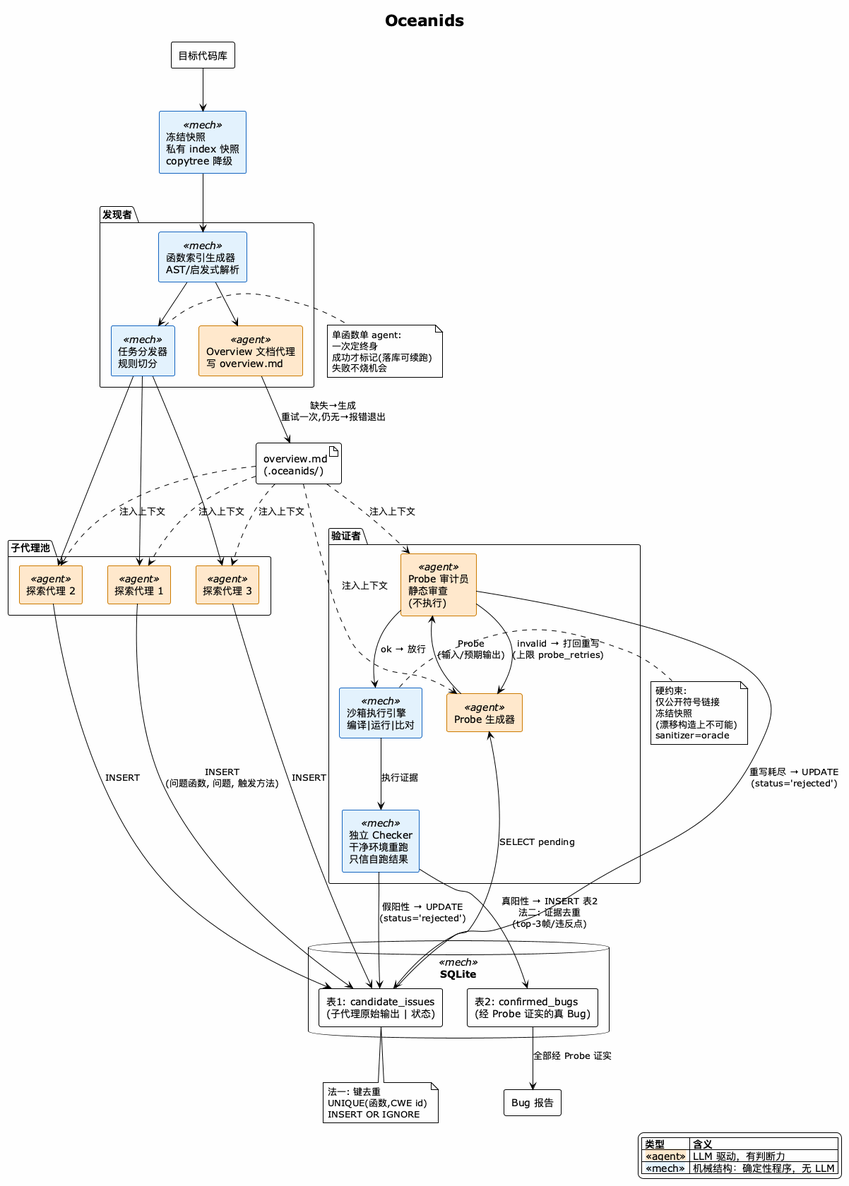
The PlantUML diagram docs/arch.png in 404MaximWang/Oceanids, before a commit.
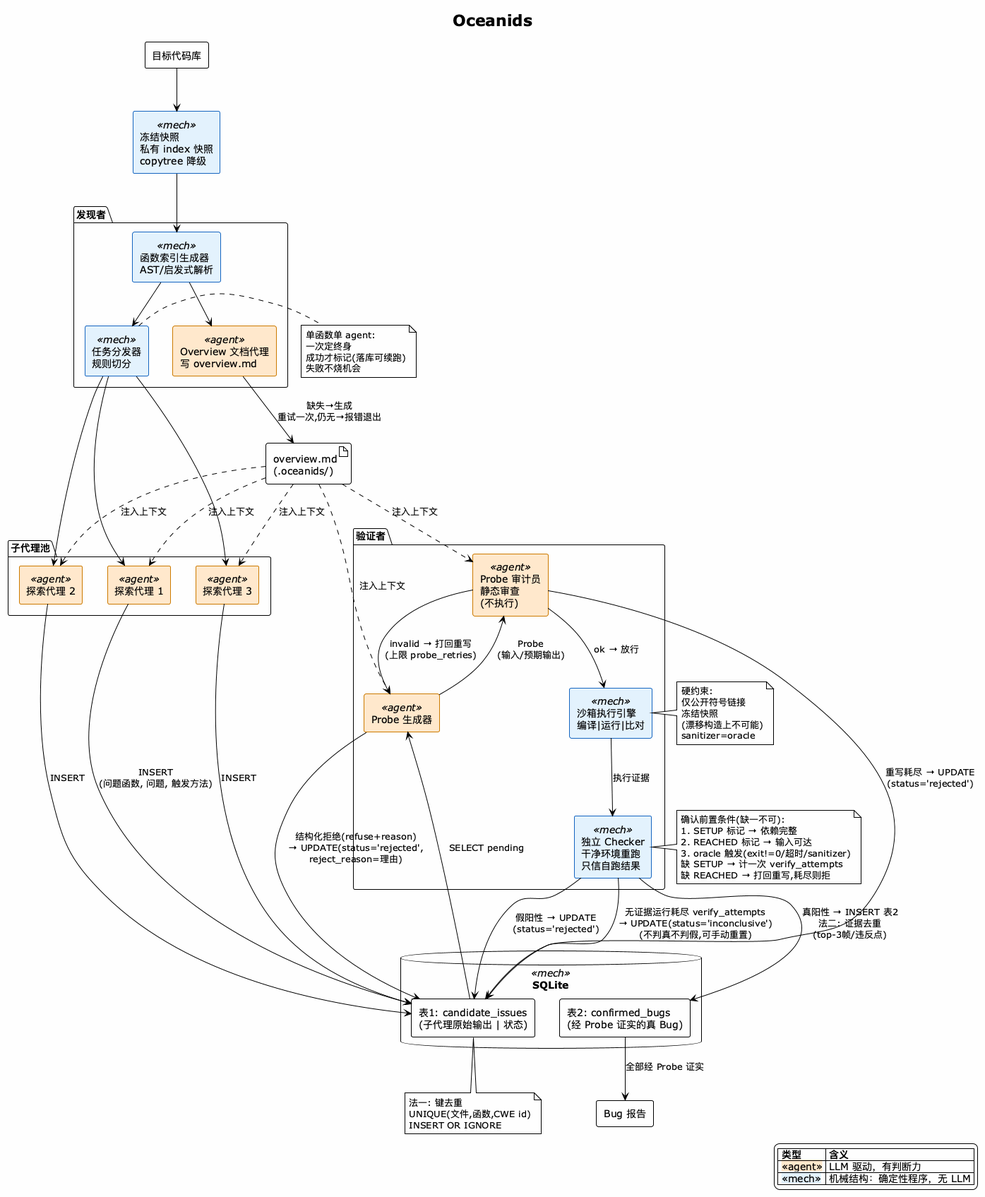
After the change.

What changed in the source:
```diff
@@ -73,12 +73,13 @@
 
 note bottom of T1
   法一: 键去重
-  UNIQUE(函数,CWE id)
+  UNIQUE(文件,函数,CWE id)
   INSERT OR IGNORE
 end note
 
 T1 --> ProbeGen : SELECT pending
 ProbeGen --> Audit : Probe\n(输入/预期输出)
+ProbeGen --> T1 : 结构化拒绝(refuse+reason)\n→ UPDATE(status='rejected',\nreject_reason=理由)
 
 Audit --> ProbeGen : invalid → 打回重写\n(上限 probe_retries)
 Audit --> T1 : 重写耗尽 → UPDATE\n(status='rejected')
@@ -94,8 +95,18 @@
 
 Sandbox --> Checker : 执行证据
 
+note right of Checker
+  确认前置条件(缺一不可):
+  1. SETUP 标记 → 依赖完整
+  2. REACHED 标记 → 输入可达
+  3. oracle 触发(exit!=0/超时/sanitizer)
+  缺 SETUP → 计一次 verify_attempts
+  缺 REACHED → 打回重写,耗尽则拒
+end note
+
 Checker --> T2 : 真阳性 → INSERT 表2\n法二: 证据去重\n(top-3帧/违反点)
 Checker --> T1 : 假阳性 → UPDATE\n(status='rejected')
+Checker --> T1 : 无证据运行耗尽 verify_attempts\n→ UPDATE(status='inconclusive')\n(不判真不判假,可手动重置)
 
 T2 --> [Bug 报告] : 全部经 Probe 证实
 
```
